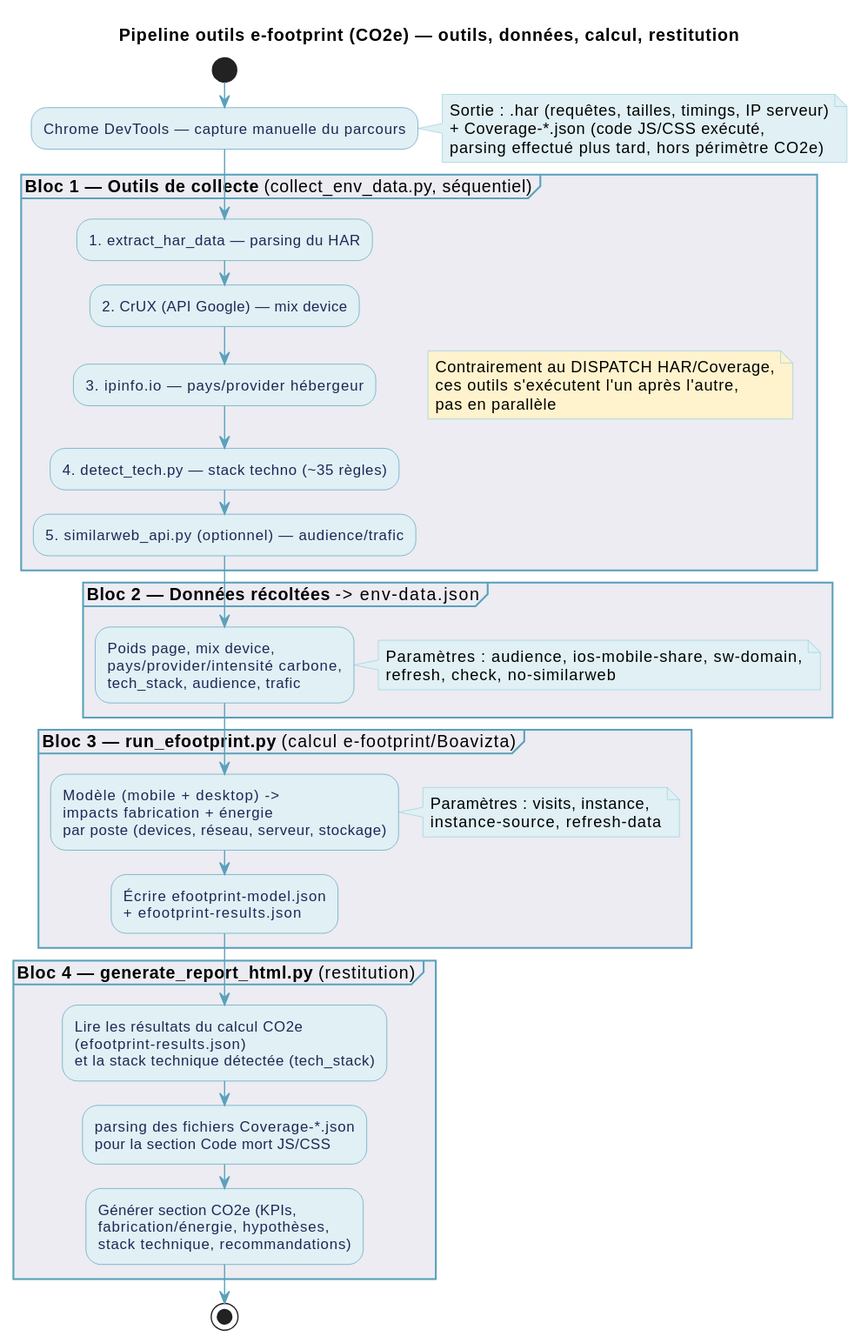
Above: documentation/diagramme/analyse-parcours-efootprint-outils.svg in Boavizta/eroom (PlantUML), before the change.
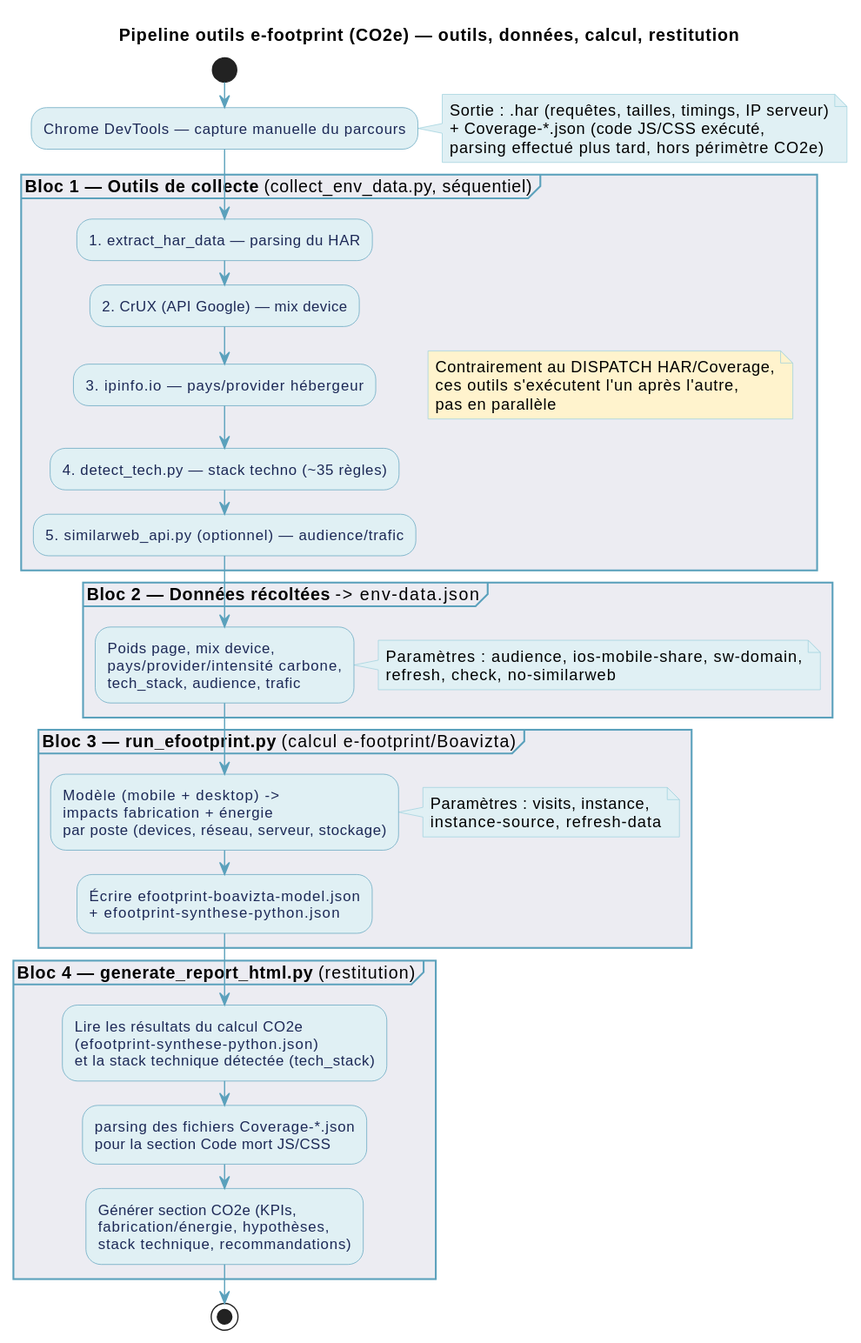
Above is the later version.

Change to the diagram source:
```diff
@@ -56,13 +56,13 @@
     Paramètres : visits, instance,
     instance-source, refresh-data
   end note
-  :Écrire efootprint-model.json
-  + efootprint-results.json;
+  :Écrire efootprint-boavizta-model.json
+  + efootprint-synthese-python.json;
 }
 
 partition "**Bloc 4 — generate_report_html.py** (restitution)" {
   :Lire les résultats du calcul CO2e
-  (efootprint-results.json)
+  (efootprint-synthese-python.json)
   et la stack technique détectée (tech_stack);
   :parsing des fichiers Coverage-*.json
   pour la section Code mort JS/CSS;
```
